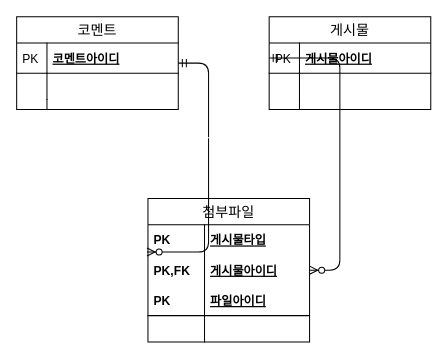
The draw.io diagram data_modeling.drawio in getChan/getChan.github.io, before the edit. Source tidied: cells renumbered, new cells numbered last; positions are measured from the earlier drawing's top-left corner, leaving out a move shared by most shapes. Both pictures are drawn from the tidied source at 101%, with x=0, y=0 at pixel (16, 16).
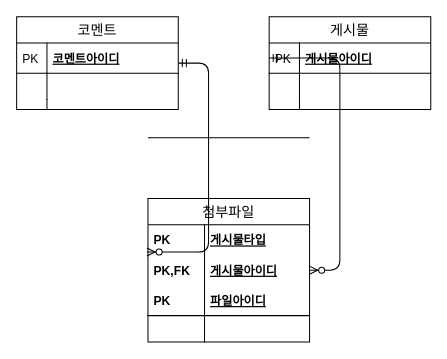
Above is the later version.

What changed in the source:
```diff
@@
-    <mxCell id="27" style="endArrow=none;html=1;rounded=0;strokeColor=#FFFFFF;" parent="1" edge="1">
+    <mxCell id="27" style="endArrow=none;html=1;rounded=0;strokeColor=#000000;" parent="1" edge="1">
       <mxGeometry relative="1" as="geometry">
         <mxPoint x="130" y="120" as="sourcePoint" />
         <mxPoint x="290" y="120" as="targetPoint" />
       </mxGeometry>
     </mxCell>
```
